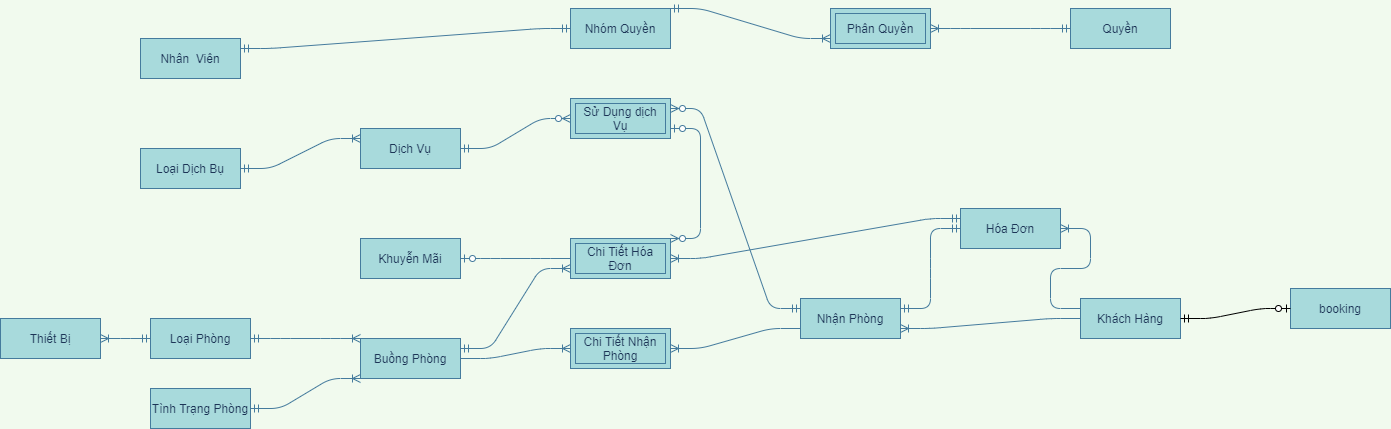
Earlier version of the draw.io export EntityRelationship-QLKS.png (maialino123/QLKS). Source tidied: cells renumbered, new cells last; positions are measured from the earlier drawing's top-left corner, leaving out a move shared by most shapes.
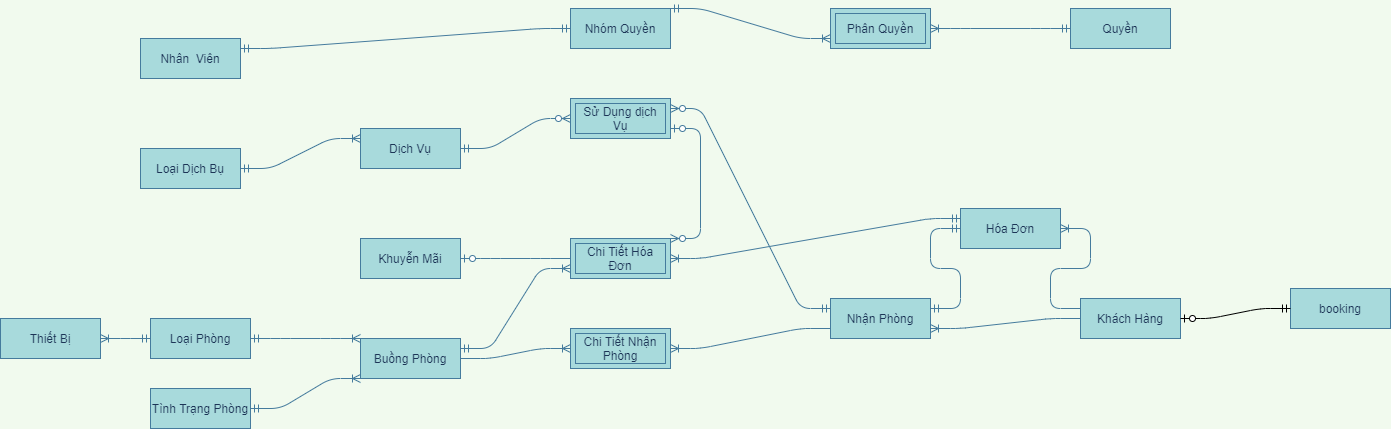
The same diagram one commit later.

What changed in the source:
```diff
@@ -99,7 +99,7 @@
       <mxGeometry x="360" y="330" width="100" height="40" as="geometry" />
     </mxCell>
     <mxCell id="34" value="Nhận Phòng" style="whiteSpace=wrap;html=1;align=center;rounded=0;sketch=0;strokeColor=#457B9D;fillColor=#A8DADC;fontColor=#1D3557;" parent="1" vertex="1">
-      <mxGeometry x="800" y="290" width="100" height="40" as="geometry" />
+      <mxGeometry x="830" y="290" width="100" height="40" as="geometry" />
     </mxCell>
     <mxCell id="35" value="Khách Hàng" style="whiteSpace=wrap;html=1;align=center;rounded=0;sketch=0;strokeColor=#457B9D;fillColor=#A8DADC;fontColor=#1D3557;" parent="1" vertex="1">
       <mxGeometry x="1080" y="290" width="100" height="40" as="geometry" />
@@ -110,7 +110,7 @@
     <mxCell id="37" value="booking" style="whiteSpace=wrap;html=1;align=center;rounded=0;sketch=0;strokeColor=#457B9D;fillColor=#A8DADC;fontColor=#1D3557;" parent="1" vertex="1">
       <mxGeometry x="1290" y="280" width="100" height="40" as="geometry" />
     </mxCell>
-    <mxCell id="38" style="edgeStyle=entityRelationEdgeStyle;fontSize=12;html=1;endArrow=ERzeroToOne;startArrow=ERmandOne;entryX=0;entryY=0.5;entryDx=0;entryDy=0;exitX=1;exitY=0.5;exitDx=0;exitDy=0;" parent="1" edge="1" source="35" target="37">
+    <mxCell id="38" style="edgeStyle=entityRelationEdgeStyle;fontSize=12;html=1;endArrow=ERzeroToOne;startArrow=ERmandOne;entryX=1;entryY=0.5;entryDx=0;entryDy=0;exitX=0;exitY=0.5;exitDx=0;exitDy=0;" parent="1" edge="1" source="37" target="35">
       <mxGeometry relative="1" as="geometry" />
     </mxCell>
   </root>
```
